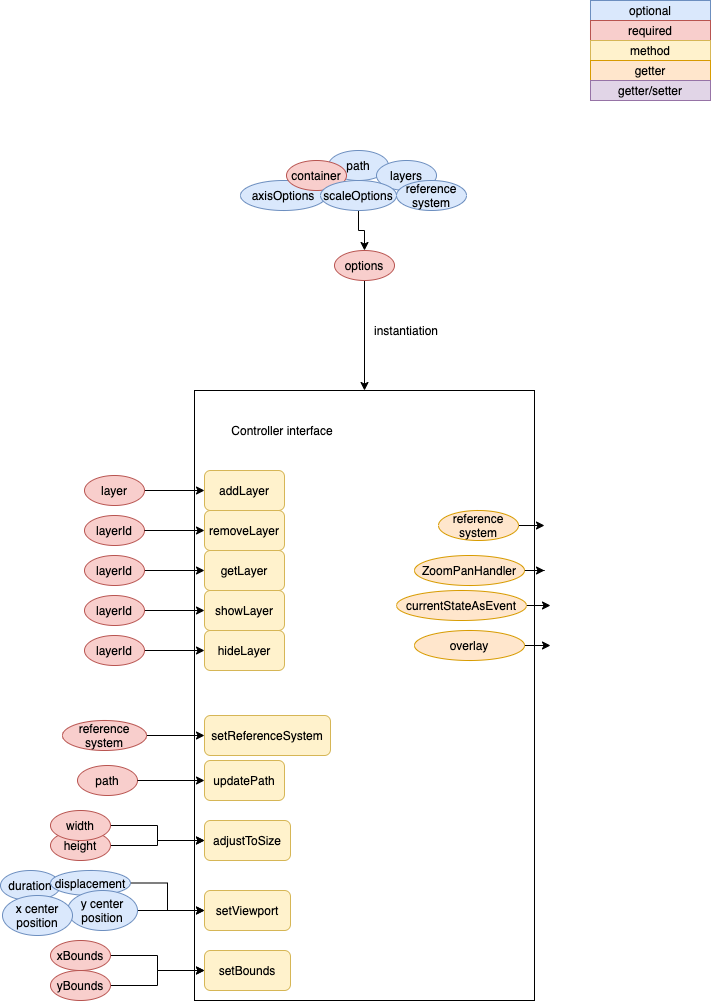
The draw.io diagram images/Intersection-controller-interface.png in equinor/esv-intersection, before a commit. Source tidied: cells renumbered, new cells last; positions are measured from the earlier drawing's top-left corner, leaving out a move shared by most shapes.
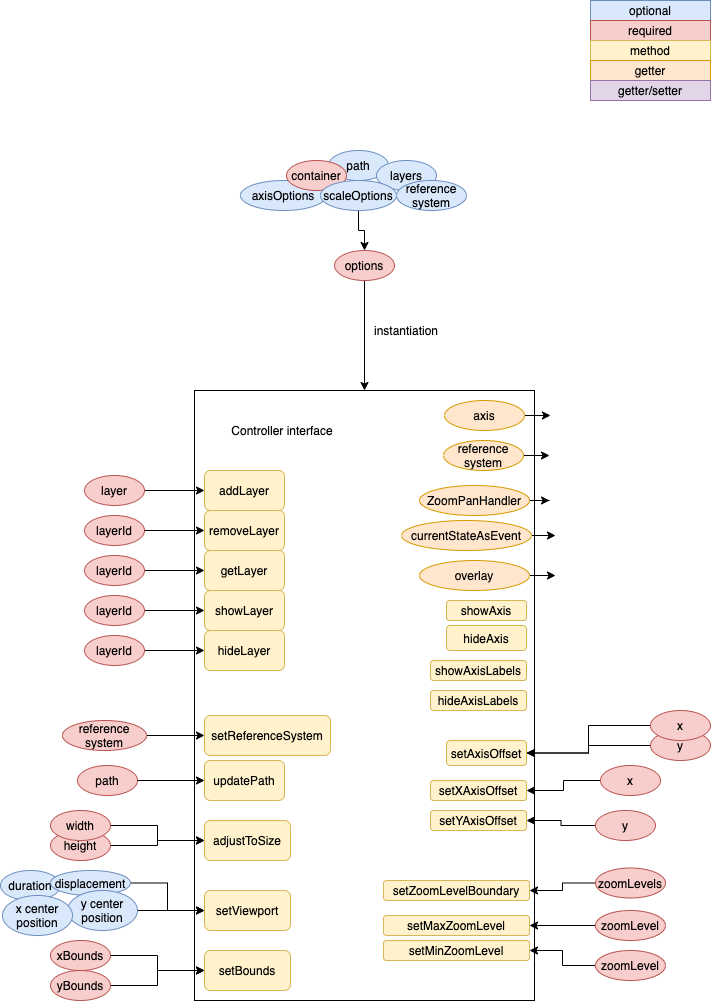
After the change.

Commit message:
tweaks to controller interface, added a bigger overview

What changed in the source:
```diff
@@ -46,19 +46,19 @@
     </mxCell>
     <mxCell id="16" style="edgeStyle=orthogonalEdgeStyle;rounded=0;jettySize=auto;html=1;" parent="1" edge="1" source="17">
       <mxGeometry relative="1" as="geometry">
-        <mxPoint x="544" y="525" as="targetPoint" />
+        <mxPoint x="549" y="455" as="targetPoint" />
       </mxGeometry>
     </mxCell>
     <mxCell id="17" value="reference system" style="ellipse;whiteSpace=wrap;html=1;fillColor=#ffe6cc;strokeColor=#d79b00;" parent="1" vertex="1">
-      <mxGeometry x="438" y="510" width="80" height="30" as="geometry" />
+      <mxGeometry x="443" y="440" width="80" height="30" as="geometry" />
     </mxCell>
     <mxCell id="18" style="edgeStyle=orthogonalEdgeStyle;rounded=0;jettySize=auto;html=1;" parent="1" edge="1" source="19">
       <mxGeometry relative="1" as="geometry">
-        <mxPoint x="544" y="570" as="targetPoint" />
+        <mxPoint x="549" y="500" as="targetPoint" />
       </mxGeometry>
     </mxCell>
     <mxCell id="19" value="ZoomPanHandler" style="ellipse;whiteSpace=wrap;html=1;fillColor=#ffe6cc;strokeColor=#d79b00;" parent="1" vertex="1">
-      <mxGeometry x="414" y="555" width="110" height="30" as="geometry" />
+      <mxGeometry x="419" y="485" width="110" height="30" as="geometry" />
     </mxCell>
     <mxCell id="20" style="edgeStyle=orthogonalEdgeStyle;rounded=0;jettySize=auto;html=1;entryX=0;entryY=0.5;entryDx=0;entryDy=0;" parent="1" edge="1" source="7" target="12">
       <mxGeometry relative="1" as="geometry" />
@@ -110,19 +110,19 @@
     </mxCell>
     <mxCell id="36" style="edgeStyle=orthogonalEdgeStyle;rounded=0;jettySize=auto;html=1;" parent="1" edge="1" source="37">
       <mxGeometry relative="1" as="geometry">
-        <mxPoint x="550" y="605" as="targetPoint" />
+        <mxPoint x="555" y="535" as="targetPoint" />
       </mxGeometry>
     </mxCell>
     <mxCell id="37" value="currentStateAsEvent" style="ellipse;whiteSpace=wrap;html=1;fillColor=#ffe6cc;strokeColor=#d79b00;" parent="1" vertex="1">
-      <mxGeometry x="396" y="590" width="130" height="30" as="geometry" />
+      <mxGeometry x="401" y="520" width="130" height="30" as="geometry" />
     </mxCell>
     <mxCell id="38" style="edgeStyle=orthogonalEdgeStyle;rounded=0;jettySize=auto;html=1;" parent="1" edge="1" source="39">
       <mxGeometry relative="1" as="geometry">
-        <mxPoint x="550" y="645" as="targetPoint" />
+        <mxPoint x="555" y="575" as="targetPoint" />
       </mxGeometry>
     </mxCell>
     <mxCell id="39" value="overlay" style="ellipse;whiteSpace=wrap;html=1;fillColor=#ffe6cc;strokeColor=#d79b00;" parent="1" vertex="1">
-      <mxGeometry x="414" y="630" width="110" height="30" as="geometry" />
+      <mxGeometry x="419" y="560" width="110" height="30" as="geometry" />
     </mxCell>
     <mxCell id="40" style="edgeStyle=orthogonalEdgeStyle;rounded=0;jettySize=auto;html=1;entryX=0;entryY=0.5;entryDx=0;entryDy=0;" parent="1" edge="1" source="41" target="30">
       <mxGeometry relative="1" as="geometry" />
@@ -205,5 +205,85 @@
     <mxCell id="66" value="getter/setter" style="rounded=0;whiteSpace=wrap;html=1;fillColor=#e1d5e7;strokeColor=#9673a6;" parent="1" vertex="1">
       <mxGeometry x="590" y="80" width="120" height="20" as="geometry" />
     </mxCell>
+    <mxCell id="67" value="showAxis" style="rounded=1;whiteSpace=wrap;html=1;fillColor=#fff2cc;strokeColor=#d6b656;" parent="1" vertex="1">
+      <mxGeometry x="446" y="600" width="80" height="20" as="geometry" />
+    </mxCell>
+    <mxCell id="68" value="setAxisOffset" style="rounded=1;whiteSpace=wrap;html=1;fillColor=#fff2cc;strokeColor=#d6b656;" parent="1" vertex="1">
+      <mxGeometry x="446" y="740" width="80" height="25" as="geometry" />
+    </mxCell>
+    <mxCell id="69" value="setXAxisOffset" style="rounded=1;whiteSpace=wrap;html=1;fillColor=#fff2cc;strokeColor=#d6b656;" parent="1" vertex="1">
+      <mxGeometry x="430" y="780" width="96" height="20" as="geometry" />
+    </mxCell>
+    <mxCell id="70" value="hideAxis" style="rounded=1;whiteSpace=wrap;html=1;fillColor=#fff2cc;strokeColor=#d6b656;" parent="1" vertex="1">
+      <mxGeometry x="446" y="625" width="80" height="25" as="geometry" />
+    </mxCell>
+    <mxCell id="71" value="showAxisLabels" style="rounded=1;whiteSpace=wrap;html=1;fillColor=#fff2cc;strokeColor=#d6b656;" parent="1" vertex="1">
+      <mxGeometry x="430" y="660" width="96" height="20" as="geometry" />
+    </mxCell>
+    <mxCell id="72" value="hideAxisLabels" style="rounded=1;whiteSpace=wrap;html=1;fillColor=#fff2cc;strokeColor=#d6b656;" parent="1" vertex="1">
+      <mxGeometry x="430" y="690" width="96" height="20" as="geometry" />
+    </mxCell>
+    <mxCell id="73" style="edgeStyle=orthogonalEdgeStyle;rounded=0;jettySize=auto;html=1;" parent="1" edge="1" source="74">
+      <mxGeometry relative="1" as="geometry">
+        <mxPoint x="550" y="415" as="targetPoint" />
+      </mxGeometry>
+    </mxCell>
+    <mxCell id="74" value="axis" style="ellipse;whiteSpace=wrap;html=1;fillColor=#ffe6cc;strokeColor=#d79b00;" parent="1" vertex="1">
+      <mxGeometry x="444" y="400" width="80" height="30" as="geometry" />
+    </mxCell>
+    <mxCell id="75" value="setYAxisOffset" style="rounded=1;whiteSpace=wrap;html=1;fillColor=#fff2cc;strokeColor=#d6b656;" parent="1" vertex="1">
+      <mxGeometry x="430" y="810" width="96" height="20" as="geometry" />
+    </mxCell>
+    <mxCell id="76" value="setZoomLevelBoundary" style="rounded=1;whiteSpace=wrap;html=1;fillColor=#fff2cc;strokeColor=#d6b656;" parent="1" vertex="1">
+      <mxGeometry x="383" y="880" width="146" height="20" as="geometry" />
+    </mxCell>
+    <mxCell id="77" value="setMaxZoomLevel" style="rounded=1;whiteSpace=wrap;html=1;fillColor=#fff2cc;strokeColor=#d6b656;" parent="1" vertex="1">
+      <mxGeometry x="383" y="915" width="146" height="20" as="geometry" />
+    </mxCell>
+    <mxCell id="78" value="setMinZoomLevel" style="rounded=1;whiteSpace=wrap;html=1;fillColor=#fff2cc;strokeColor=#d6b656;" parent="1" vertex="1">
+      <mxGeometry x="383" y="940" width="146" height="20" as="geometry" />
+    </mxCell>
+    <mxCell id="79" style="edgeStyle=orthogonalEdgeStyle;rounded=0;jumpStyle=arc;jettySize=auto;html=1;entryX=1;entryY=0.5;entryDx=0;entryDy=0;" parent="1" edge="1" source="80" target="68">
+      <mxGeometry relative="1" as="geometry" />
+    </mxCell>
+    <mxCell id="80" value="y" style="ellipse;whiteSpace=wrap;html=1;fillColor=#f8cecc;strokeColor=#b85450;" parent="1" vertex="1">
+      <mxGeometry x="650" y="730" width="60" height="30" as="geometry" />
+    </mxCell>
+    <mxCell id="81" style="edgeStyle=orthogonalEdgeStyle;rounded=0;jumpStyle=arc;jettySize=auto;html=1;entryX=1;entryY=0.5;entryDx=0;entryDy=0;" parent="1" edge="1" source="82" target="68">
+      <mxGeometry relative="1" as="geometry" />
+    </mxCell>
+    <mxCell id="82" value="x" style="ellipse;whiteSpace=wrap;html=1;fillColor=#f8cecc;strokeColor=#b85450;" parent="1" vertex="1">
+      <mxGeometry x="650" y="710" width="60" height="30" as="geometry" />
+    </mxCell>
+    <mxCell id="83" style="edgeStyle=orthogonalEdgeStyle;rounded=0;jumpStyle=arc;jettySize=auto;html=1;entryX=1;entryY=0.5;entryDx=0;entryDy=0;" parent="1" edge="1" source="84" target="69">
+      <mxGeometry relative="1" as="geometry" />
+    </mxCell>
+    <mxCell id="84" value="x" style="ellipse;whiteSpace=wrap;html=1;fillColor=#f8cecc;strokeColor=#b85450;" parent="1" vertex="1">
+      <mxGeometry x="600" y="765" width="60" height="30" as="geometry" />
+    </mxCell>
+    <mxCell id="85" style="edgeStyle=orthogonalEdgeStyle;rounded=0;jumpStyle=arc;jettySize=auto;html=1;entryX=1;entryY=0.5;entryDx=0;entryDy=0;" parent="1" edge="1" source="86" target="75">
+      <mxGeometry relative="1" as="geometry" />
+    </mxCell>
+    <mxCell id="86" value="y" style="ellipse;whiteSpace=wrap;html=1;fillColor=#f8cecc;strokeColor=#b85450;" parent="1" vertex="1">
+      <mxGeometry x="595" y="810" width="60" height="30" as="geometry" />
+    </mxCell>
+    <mxCell id="87" style="edgeStyle=orthogonalEdgeStyle;rounded=0;jumpStyle=arc;jettySize=auto;html=1;entryX=1;entryY=0.5;entryDx=0;entryDy=0;" parent="1" edge="1" source="88" target="78">
+      <mxGeometry relative="1" as="geometry" />
+    </mxCell>
+    <mxCell id="88" value="zoomLevel" style="ellipse;whiteSpace=wrap;html=1;fillColor=#f8cecc;strokeColor=#b85450;" parent="1" vertex="1">
+      <mxGeometry x="595" y="950" width="70" height="30" as="geometry" />
+    </mxCell>
+    <mxCell id="89" style="edgeStyle=orthogonalEdgeStyle;rounded=0;jumpStyle=arc;jettySize=auto;html=1;entryX=1;entryY=0.5;entryDx=0;entryDy=0;" parent="1" edge="1" source="90" target="77">
+      <mxGeometry relative="1" as="geometry" />
+    </mxCell>
+    <mxCell id="90" value="zoomLevel" style="ellipse;whiteSpace=wrap;html=1;fillColor=#f8cecc;strokeColor=#b85450;" parent="1" vertex="1">
+      <mxGeometry x="595" y="910" width="70" height="30" as="geometry" />
+    </mxCell>
+    <mxCell id="91" style="edgeStyle=orthogonalEdgeStyle;rounded=0;jumpStyle=arc;jettySize=auto;html=1;entryX=1;entryY=0.5;entryDx=0;entryDy=0;" parent="1" edge="1" source="92" target="76">
+      <mxGeometry relative="1" as="geometry" />
+    </mxCell>
+    <mxCell id="92" value="zoomLevels" style="ellipse;whiteSpace=wrap;html=1;fillColor=#f8cecc;strokeColor=#b85450;" parent="1" vertex="1">
+      <mxGeometry x="595" y="867.5" width="70" height="30" as="geometry" />
+    </mxCell>
   </root>
 </mxGraphModel>
```
